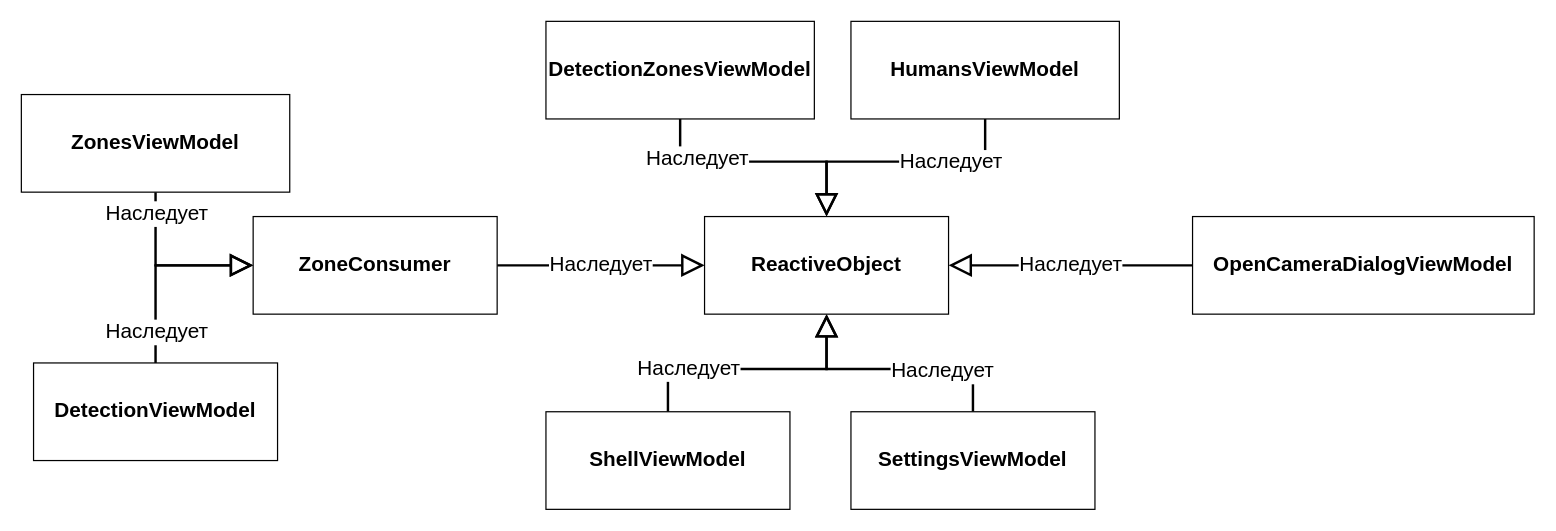
GoldGreen/Skeletonization keeps this draw.io diagram as page "ViewModels" (3 of 12) of Engineering/Packets.drawio. Above is the earlier version. Source tidied: cells renumbered, new cells numbered last; positions are measured from the earlier drawing's top-left corner, leaving out a move shared by most shapes. Both pictures are drawn from the tidied source at 122%, with x=0, y=0 at pixel (21, 21).
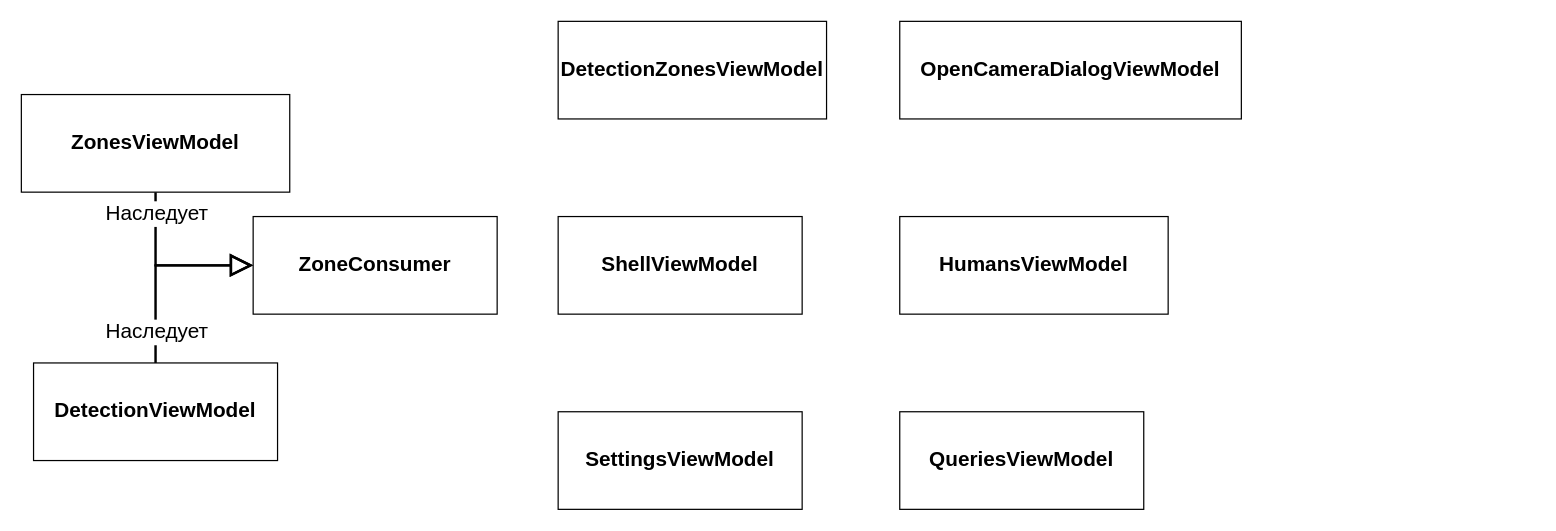
The same page after the edit.

Unchanged cells that the change refers to:
```xml
<mxCell id="6" value="ZoneConsumer" style="rounded=0;whiteSpace=wrap;html=1;fontSize=17;fontStyle=1;" parent="1" vertex="1">
  <mxGeometry x="190" y="160" width="200" height="80" as="geometry" />
</mxCell>
```

Diff of the diagram source:
```diff
@@
-    <mxCell id="2" style="edgeStyle=orthogonalEdgeStyle;rounded=0;jettySize=auto;html=1;exitX=0.5;exitY=0;exitDx=0;exitDy=0;entryX=0.5;entryY=1;entryDx=0;entryDy=0;fontSize=17;endArrow=block;endFill=0;startSize=6;endSize=14;strokeWidth=2;" parent="1" edge="1" source="4" target="7">
-      <mxGeometry relative="1" as="geometry" />
-    </mxCell>
-    <mxCell id="3" value="Наследует" style="edgeLabel;html=1;align=center;verticalAlign=middle;fontSize=17;" parent="2" vertex="1">
-      <mxGeometry x="-0.51" y="1" relative="1" as="geometry" />
-    </mxCell>
     <mxCell id="4" value="ShellViewModel" style="rounded=0;whiteSpace=wrap;html=1;fontSize=17;fontStyle=1;" parent="1" vertex="1">
-      <mxGeometry x="430" y="320" width="200" height="80" as="geometry" />
+      <mxGeometry x="440" y="160" width="200" height="80" as="geometry" />
     </mxCell>
-    <mxCell id="5" value="Наследует" style="edgeStyle=orthogonalEdgeStyle;rounded=0;jettySize=auto;html=1;exitX=1;exitY=0.5;exitDx=0;exitDy=0;entryX=0;entryY=0.5;entryDx=0;entryDy=0;fontSize=17;endArrow=block;endFill=0;startSize=6;endSize=14;strokeWidth=2;" parent="1" edge="1" source="6" target="7">
-      <mxGeometry relative="1" as="geometry" />
-    </mxCell>
@@
-    <mxCell id="7" value="ReactiveObject" style="rounded=0;whiteSpace=wrap;html=1;fontSize=17;fontStyle=1;" parent="1" vertex="1">
-      <mxGeometry x="560" y="160" width="200" height="80" as="geometry" />
-    </mxCell>
-    <mxCell id="8" style="edgeStyle=orthogonalEdgeStyle;rounded=0;jettySize=auto;html=1;exitX=0.5;exitY=1;exitDx=0;exitDy=0;entryX=0.5;entryY=0;entryDx=0;entryDy=0;fontSize=17;endArrow=block;endFill=0;startSize=6;endSize=14;strokeWidth=2;" parent="1" edge="1" source="10" target="7">
-      <mxGeometry relative="1" as="geometry" />
-    </mxCell>
-    <mxCell id="9" value="Наследует" style="edgeLabel;html=1;align=center;verticalAlign=middle;fontSize=17;" parent="8" vertex="1">
-      <mxGeometry x="-0.52" y="3" relative="1" as="geometry" />
-    </mxCell>
     <mxCell id="10" value="DetectionZonesViewModel" style="rounded=0;whiteSpace=wrap;html=1;fontSize=17;fontStyle=1;" parent="1" vertex="1">
-      <mxGeometry x="430" width="220" height="80" as="geometry" />
+      <mxGeometry x="440" width="220" height="80" as="geometry" />
     </mxCell>
-    <mxCell id="11" value="Наследует" style="edgeStyle=orthogonalEdgeStyle;rounded=0;jettySize=auto;html=1;exitX=0;exitY=0.5;exitDx=0;exitDy=0;entryX=1;entryY=0.5;entryDx=0;entryDy=0;fontSize=17;endArrow=block;endFill=0;startSize=6;endSize=14;strokeWidth=2;" parent="1" edge="1" source="12" target="7">
-      <mxGeometry relative="1" as="geometry" />
-    </mxCell>
     <mxCell id="12" value="OpenCameraDialogViewModel" style="rounded=0;whiteSpace=wrap;html=1;fontSize=17;fontStyle=1;" parent="1" vertex="1">
-      <mxGeometry x="960" y="160" width="280" height="80" as="geometry" />
+      <mxGeometry x="720" width="280" height="80" as="geometry" />
     </mxCell>
@@
-    <mxCell id="19" style="edgeStyle=orthogonalEdgeStyle;rounded=0;jettySize=auto;html=1;exitX=0.5;exitY=1;exitDx=0;exitDy=0;entryX=0.5;entryY=0;entryDx=0;entryDy=0;fontSize=17;endArrow=block;endFill=0;startSize=6;endSize=14;strokeWidth=2;" parent="1" edge="1" source="21" target="7">
-      <mxGeometry relative="1" as="geometry" />
-    </mxCell>
-    <mxCell id="20" value="Наследует" style="edgeLabel;html=1;align=center;verticalAlign=middle;fontSize=17;" parent="19" vertex="1">
-      <mxGeometry x="-0.39" relative="1" as="geometry" />
-    </mxCell>
     <mxCell id="21" value="HumansViewModel" style="rounded=0;whiteSpace=wrap;html=1;fontSize=17;fontStyle=1;" parent="1" vertex="1">
-      <mxGeometry x="680" width="220" height="80" as="geometry" />
+      <mxGeometry x="720" y="160" width="220" height="80" as="geometry" />
     </mxCell>
-    <mxCell id="22" style="edgeStyle=orthogonalEdgeStyle;rounded=0;jettySize=auto;html=1;exitX=0.5;exitY=0;exitDx=0;exitDy=0;entryX=0.5;entryY=1;entryDx=0;entryDy=0;fontSize=17;endArrow=block;endFill=0;startSize=6;endSize=14;strokeWidth=2;" parent="1" edge="1" source="24" target="7">
-      <mxGeometry relative="1" as="geometry" />
-    </mxCell>
-    <mxCell id="23" value="Наследует" style="edgeLabel;html=1;align=center;verticalAlign=middle;fontSize=17;" parent="22" vertex="1">
-      <mxGeometry x="-0.39" y="1" relative="1" as="geometry" />
-    </mxCell>
     <mxCell id="24" value="SettingsViewModel" style="rounded=0;whiteSpace=wrap;html=1;fontSize=17;fontStyle=1;" parent="1" vertex="1">
-      <mxGeometry x="680" y="320" width="200" height="80" as="geometry" />
+      <mxGeometry x="440" y="320" width="200" height="80" as="geometry" />
     </mxCell>
+    <mxCell id="25" value="&lt;span&gt;QueriesViewModel&lt;/span&gt;" style="rounded=0;whiteSpace=wrap;html=1;fontSize=17;fontStyle=1;" parent="1" vertex="1">
+      <mxGeometry x="720" y="320" width="200" height="80" as="geometry" />
+    </mxCell>
```
